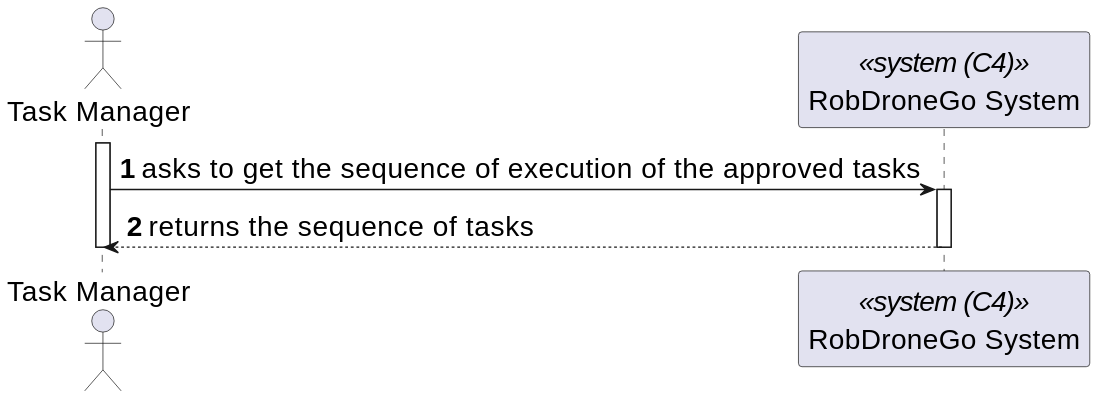
Earlier version of the PlantUML export _wiki/sprint-c/us-500/views/level-1/assets/process-view.svg (miseEnPlace-dev/lapr5).
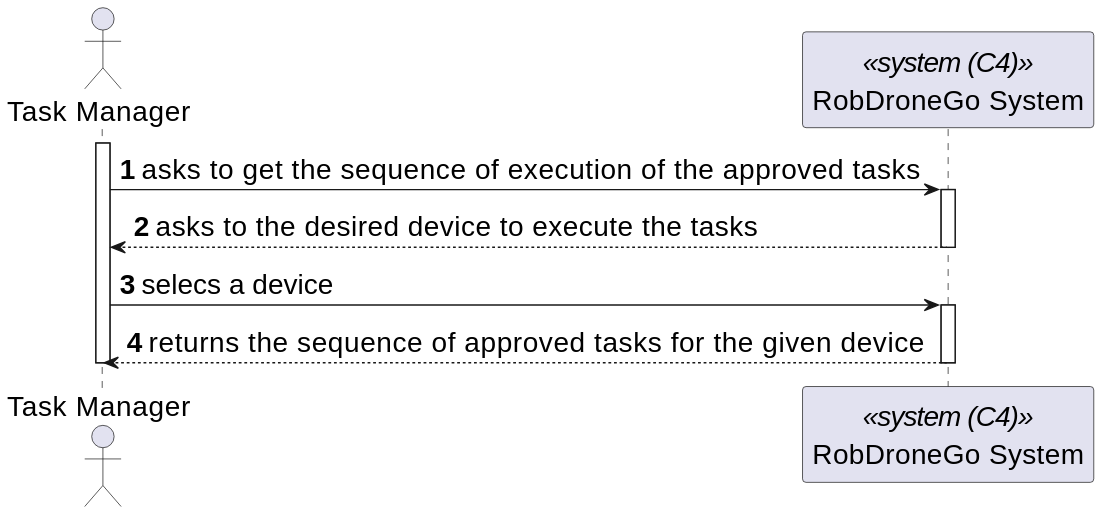
The same diagram one commit later.

Change to the diagram source:
```diff
@@ -10,8 +10,13 @@
 
 TM -> SYS : asks to get the sequence of execution of the approved tasks
 activate SYS
+TM <-- SYS : asks to the desired device to execute the tasks
+deactivate SYS
 
-TM <-- SYS : returns the sequence of tasks
+TM -> SYS : selecs a device
+activate SYS
+
+TM <-- SYS : returns the sequence of approved tasks for the given device
 deactivate SYS
 
 deactivate TM
```
